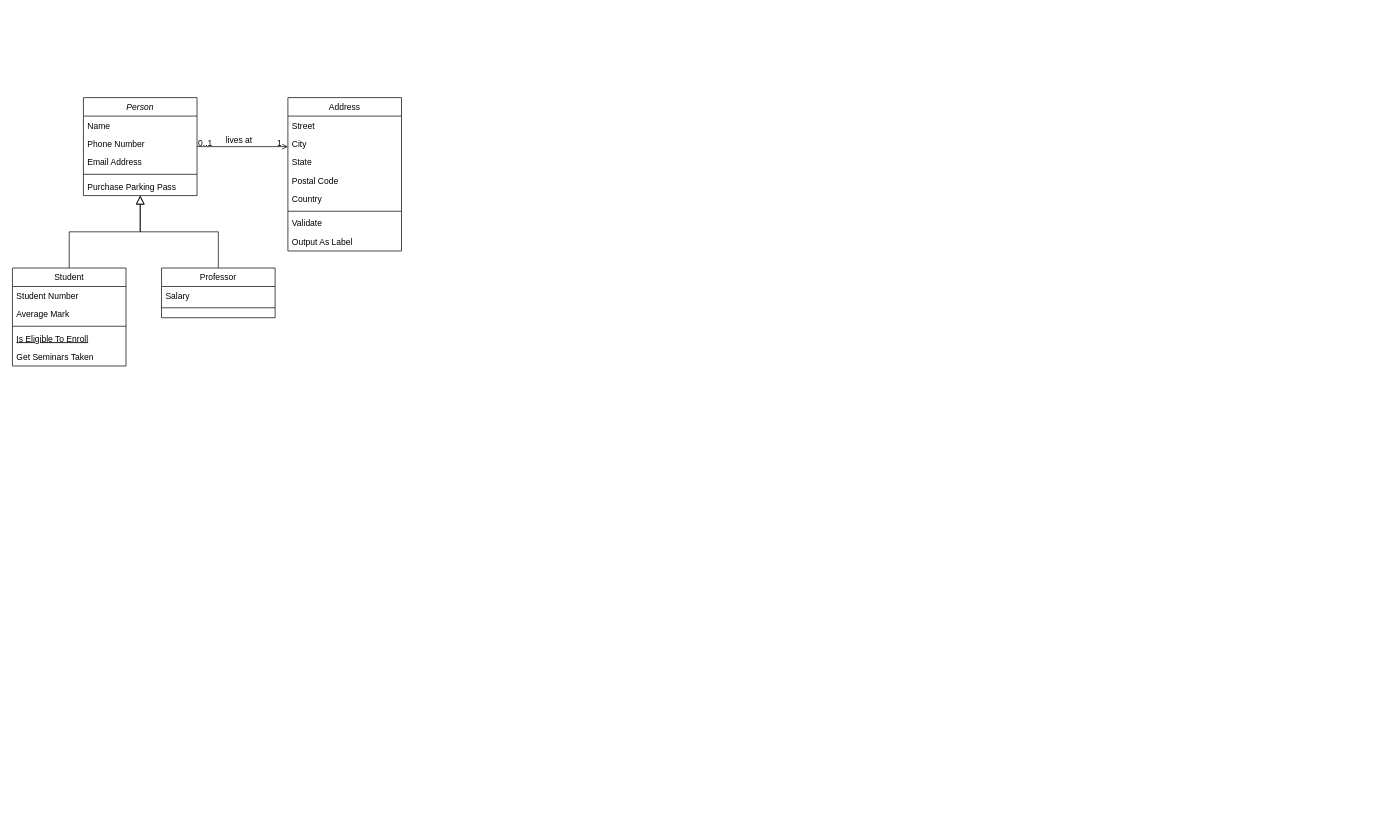
KmvRoman/Diagrams keeps this draw.io diagram as Диаграмма без названия.drawio. Above is the earlier version. Source tidied: cells renumbered, new cells numbered last; positions are measured from the earlier drawing's top-left corner, leaving out a move shared by most shapes. Both pictures are drawn from the tidied source at 71%, with x=0, y=0 at pixel (12, 97).
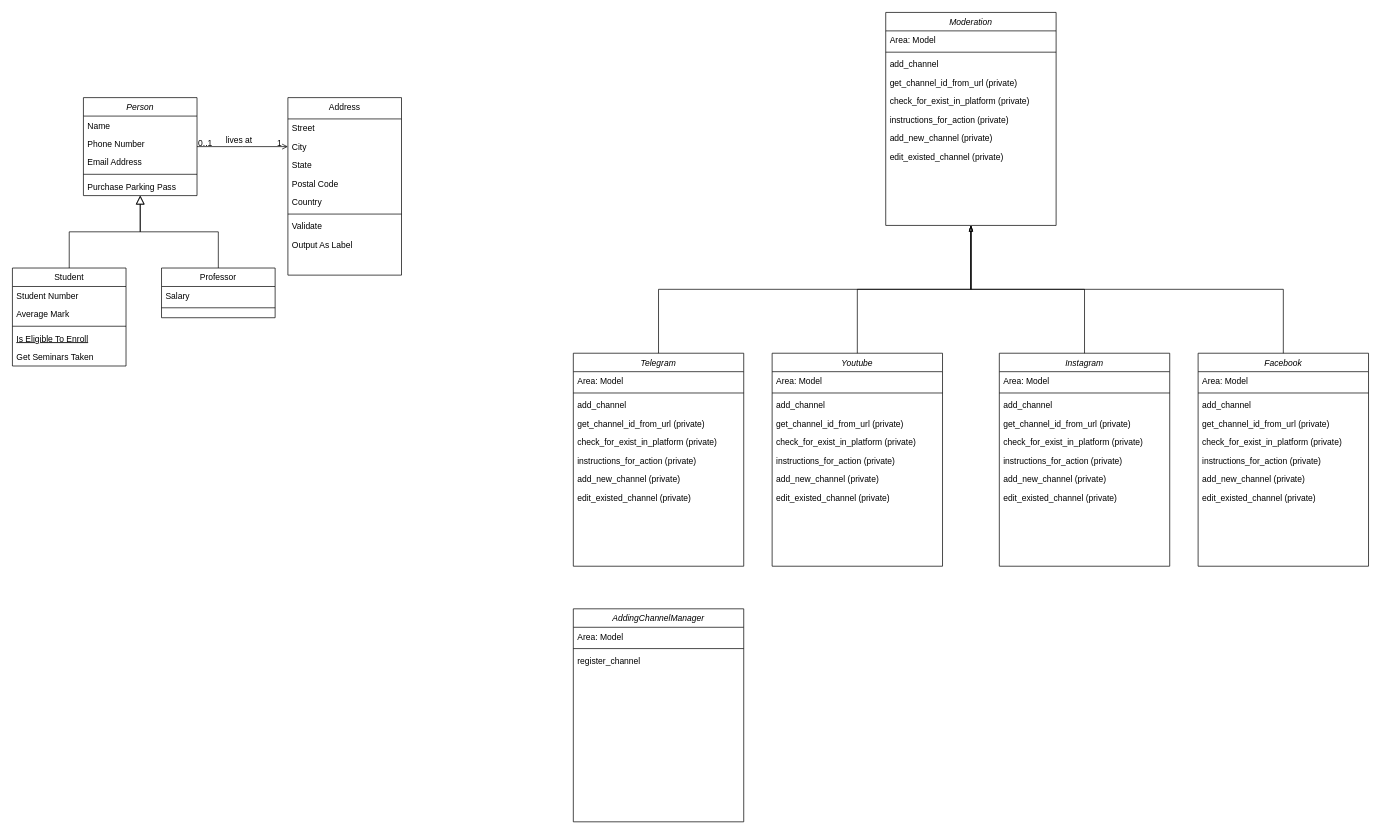
Above is the later version.

The edit, as a diff of the source:
```diff
@@
-    <mxCell id="19" value="Address" style="swimlane;fontStyle=0;align=center;verticalAlign=top;horizontal=1;startSize=26;rounded=0;shadow=0;strokeWidth=1;" parent="1" vertex="1">
-      <mxGeometry x="388" width="160" height="216" as="geometry" />
+    <mxCell id="19" value="Address" style="swimlane;fontStyle=0;align=center;verticalAlign=top;horizontal=1;startSize=30;rounded=0;shadow=0;strokeWidth=1;" parent="1" vertex="1">
+      <mxGeometry x="388" width="160" height="250" as="geometry" />
     </mxCell>
     <mxCell id="20" value="Street" style="text;align=left;verticalAlign=top;spacingLeft=4;spacingRight=4;overflow=hidden;" parent="19" vertex="1">
-      <mxGeometry y="26" width="160" height="26" as="geometry" />
+      <mxGeometry y="30" width="160" height="26" as="geometry" />
     </mxCell>
     <mxCell id="21" value="City" style="text;align=left;verticalAlign=top;spacingLeft=4;spacingRight=4;overflow=hidden;rounded=0;shadow=0;html=0;" parent="19" vertex="1">
-      <mxGeometry y="52" width="160" height="26" as="geometry" />
+      <mxGeometry y="56" width="160" height="26" as="geometry" />
     </mxCell>
     <mxCell id="22" value="State" style="text;align=left;verticalAlign=top;spacingLeft=4;spacingRight=4;overflow=hidden;rounded=0;shadow=0;html=0;" parent="19" vertex="1">
-      <mxGeometry y="78" width="160" height="26" as="geometry" />
+      <mxGeometry y="82" width="160" height="26" as="geometry" />
     </mxCell>
     <mxCell id="23" value="Postal Code" style="text;align=left;verticalAlign=top;spacingLeft=4;spacingRight=4;overflow=hidden;rounded=0;shadow=0;html=0;" parent="19" vertex="1">
-      <mxGeometry y="104" width="160" height="26" as="geometry" />
+      <mxGeometry y="108" width="160" height="26" as="geometry" />
     </mxCell>
     <mxCell id="24" value="Country" style="text;align=left;verticalAlign=top;spacingLeft=4;spacingRight=4;overflow=hidden;rounded=0;shadow=0;html=0;" parent="19" vertex="1">
-      <mxGeometry y="130" width="160" height="26" as="geometry" />
+      <mxGeometry y="134" width="160" height="26" as="geometry" />
     </mxCell>
     <mxCell id="25" style="line;html=1;strokeWidth=1;align=left;verticalAlign=middle;spacingTop=-1;spacingLeft=3;spacingRight=3;labelPosition=right;" parent="19" vertex="1">
-      <mxGeometry y="156" width="160" height="8" as="geometry" />
+      <mxGeometry y="160" width="160" height="8" as="geometry" />
     </mxCell>
     <mxCell id="26" value="Validate" style="text;align=left;verticalAlign=top;spacingLeft=4;spacingRight=4;overflow=hidden;" parent="19" vertex="1">
-      <mxGeometry y="164" width="160" height="26" as="geometry" />
+      <mxGeometry y="168" width="160" height="26" as="geometry" />
     </mxCell>
     <mxCell id="27" value="Output As Label" style="text;align=left;verticalAlign=top;spacingLeft=4;spacingRight=4;overflow=hidden;" parent="19" vertex="1">
-      <mxGeometry y="190" width="160" height="26" as="geometry" />
+      <mxGeometry y="194" width="160" height="26" as="geometry" />
     </mxCell>
@@
+    <mxCell id="32" value="Moderation" style="swimlane;fontStyle=2;align=center;verticalAlign=top;horizontal=1;startSize=26;rounded=0;shadow=0;strokeWidth=1;" parent="1" vertex="1">
+      <mxGeometry x="1230" y="-120" width="240" height="300" as="geometry" />
+    </mxCell>
+    <mxCell id="33" value="Area: Model" style="text;align=left;verticalAlign=top;spacingLeft=4;spacingRight=4;overflow=hidden;" parent="32" vertex="1">
+      <mxGeometry y="26" width="240" height="26" as="geometry" />
+    </mxCell>
+    <mxCell id="34" style="line;html=1;strokeWidth=1;align=left;verticalAlign=middle;spacingTop=-1;spacingLeft=3;spacingRight=3;labelPosition=right;" parent="32" vertex="1">
+      <mxGeometry y="52" width="240" height="8" as="geometry" />
+    </mxCell>
+    <mxCell id="35" value="add_channel" style="text;align=left;verticalAlign=top;spacingLeft=4;spacingRight=4;overflow=hidden;" parent="32" vertex="1">
+      <mxGeometry y="60" width="240" height="26" as="geometry" />
+    </mxCell>
+    <mxCell id="36" value="get_channel_id_from_url (private)" style="text;align=left;verticalAlign=top;spacingLeft=4;spacingRight=4;overflow=hidden;" parent="32" vertex="1">
+      <mxGeometry y="86" width="240" height="26" as="geometry" />
+    </mxCell>
+    <mxCell id="37" value="check_for_exist_in_platform (private)" style="text;align=left;verticalAlign=top;spacingLeft=4;spacingRight=4;overflow=hidden;" parent="32" vertex="1">
+      <mxGeometry y="112" width="240" height="26" as="geometry" />
+    </mxCell>
+    <mxCell id="38" value="instructions_for_action (private)" style="text;align=left;verticalAlign=top;spacingLeft=4;spacingRight=4;overflow=hidden;" parent="32" vertex="1">
+      <mxGeometry y="138" width="240" height="26" as="geometry" />
+    </mxCell>
+    <mxCell id="39" value="add_new_channel (private)" style="text;align=left;verticalAlign=top;spacingLeft=4;spacingRight=4;overflow=hidden;" parent="32" vertex="1">
+      <mxGeometry y="164" width="240" height="26" as="geometry" />
+    </mxCell>
+    <mxCell id="40" value="edit_existed_channel (private)" style="text;align=left;verticalAlign=top;spacingLeft=4;spacingRight=4;overflow=hidden;" parent="32" vertex="1">
+      <mxGeometry y="190" width="240" height="26" as="geometry" />
+    </mxCell>
+    <mxCell id="41" value="Telegram" style="swimlane;fontStyle=2;align=center;verticalAlign=top;horizontal=1;startSize=26;rounded=0;shadow=0;strokeWidth=1;" parent="1" vertex="1">
+      <mxGeometry x="790" y="360" width="240" height="300" as="geometry" />
+    </mxCell>
+    <mxCell id="42" value="Area: Model" style="text;align=left;verticalAlign=top;spacingLeft=4;spacingRight=4;overflow=hidden;" parent="41" vertex="1">
+      <mxGeometry y="26" width="240" height="26" as="geometry" />
+    </mxCell>
+    <mxCell id="43" style="line;html=1;strokeWidth=1;align=left;verticalAlign=middle;spacingTop=-1;spacingLeft=3;spacingRight=3;labelPosition=right;" parent="41" vertex="1">
+      <mxGeometry y="52" width="240" height="8" as="geometry" />
+    </mxCell>
+    <mxCell id="44" value="add_channel" style="text;align=left;verticalAlign=top;spacingLeft=4;spacingRight=4;overflow=hidden;" parent="41" vertex="1">
+      <mxGeometry y="60" width="240" height="26" as="geometry" />
+    </mxCell>
+    <mxCell id="45" value="get_channel_id_from_url (private)" style="text;align=left;verticalAlign=top;spacingLeft=4;spacingRight=4;overflow=hidden;" parent="41" vertex="1">
+      <mxGeometry y="86" width="240" height="26" as="geometry" />
+    </mxCell>
+    <mxCell id="46" value="check_for_exist_in_platform (private)" style="text;align=left;verticalAlign=top;spacingLeft=4;spacingRight=4;overflow=hidden;" parent="41" vertex="1">
+      <mxGeometry y="112" width="240" height="26" as="geometry" />
+    </mxCell>
+    <mxCell id="47" value="instructions_for_action (private)" style="text;align=left;verticalAlign=top;spacingLeft=4;spacingRight=4;overflow=hidden;" parent="41" vertex="1">
+      <mxGeometry y="138" width="240" height="26" as="geometry" />
+    </mxCell>
+    <mxCell id="48" value="add_new_channel (private)" style="text;align=left;verticalAlign=top;spacingLeft=4;spacingRight=4;overflow=hidden;" parent="41" vertex="1">
+      <mxGeometry y="164" width="240" height="26" as="geometry" />
+    </mxCell>
+    <mxCell id="49" value="edit_existed_channel (private)" style="text;align=left;verticalAlign=top;spacingLeft=4;spacingRight=4;overflow=hidden;" parent="41" vertex="1">
+      <mxGeometry y="190" width="240" height="26" as="geometry" />
+    </mxCell>
+    <mxCell id="50" value="Youtube" style="swimlane;fontStyle=2;align=center;verticalAlign=top;horizontal=1;startSize=26;rounded=0;shadow=0;strokeWidth=1;" parent="1" vertex="1">
+      <mxGeometry x="1070" y="360" width="240" height="300" as="geometry" />
+    </mxCell>
+    <mxCell id="51" value="Area: Model" style="text;align=left;verticalAlign=top;spacingLeft=4;spacingRight=4;overflow=hidden;" parent="50" vertex="1">
+      <mxGeometry y="26" width="240" height="26" as="geometry" />
+    </mxCell>
+    <mxCell id="52" style="line;html=1;strokeWidth=1;align=left;verticalAlign=middle;spacingTop=-1;spacingLeft=3;spacingRight=3;labelPosition=right;" parent="50" vertex="1">
+      <mxGeometry y="52" width="240" height="8" as="geometry" />
+    </mxCell>
+    <mxCell id="53" value="add_channel" style="text;align=left;verticalAlign=top;spacingLeft=4;spacingRight=4;overflow=hidden;" parent="50" vertex="1">
+      <mxGeometry y="60" width="240" height="26" as="geometry" />
+    </mxCell>
+    <mxCell id="54" value="get_channel_id_from_url (private)" style="text;align=left;verticalAlign=top;spacingLeft=4;spacingRight=4;overflow=hidden;" parent="50" vertex="1">
+      <mxGeometry y="86" width="240" height="26" as="geometry" />
+    </mxCell>
+    <mxCell id="55" value="check_for_exist_in_platform (private)" style="text;align=left;verticalAlign=top;spacingLeft=4;spacingRight=4;overflow=hidden;" parent="50" vertex="1">
+      <mxGeometry y="112" width="240" height="26" as="geometry" />
+    </mxCell>
+    <mxCell id="56" value="instructions_for_action (private)" style="text;align=left;verticalAlign=top;spacingLeft=4;spacingRight=4;overflow=hidden;" parent="50" vertex="1">
+      <mxGeometry y="138" width="240" height="26" as="geometry" />
+    </mxCell>
+    <mxCell id="57" value="add_new_channel (private)" style="text;align=left;verticalAlign=top;spacingLeft=4;spacingRight=4;overflow=hidden;" parent="50" vertex="1">
+      <mxGeometry y="164" width="240" height="26" as="geometry" />
+    </mxCell>
+    <mxCell id="58" value="edit_existed_channel (private)" style="text;align=left;verticalAlign=top;spacingLeft=4;spacingRight=4;overflow=hidden;" parent="50" vertex="1">
+      <mxGeometry y="190" width="240" height="26" as="geometry" />
+    </mxCell>
+    <mxCell id="59" value="Instagram" style="swimlane;fontStyle=2;align=center;verticalAlign=top;horizontal=1;startSize=26;rounded=0;shadow=0;strokeWidth=1;" parent="1" vertex="1">
+      <mxGeometry x="1390" y="360" width="240" height="300" as="geometry" />
+    </mxCell>
+    <mxCell id="60" value="Area: Model" style="text;align=left;verticalAlign=top;spacingLeft=4;spacingRight=4;overflow=hidden;" parent="59" vertex="1">
+      <mxGeometry y="26" width="240" height="26" as="geometry" />
+    </mxCell>
+    <mxCell id="61" style="line;html=1;strokeWidth=1;align=left;verticalAlign=middle;spacingTop=-1;spacingLeft=3;spacingRight=3;labelPosition=right;" parent="59" vertex="1">
+      <mxGeometry y="52" width="240" height="8" as="geometry" />
+    </mxCell>
+    <mxCell id="62" value="add_channel" style="text;align=left;verticalAlign=top;spacingLeft=4;spacingRight=4;overflow=hidden;" parent="59" vertex="1">
+      <mxGeometry y="60" width="240" height="26" as="geometry" />
+    </mxCell>
+    <mxCell id="63" value="get_channel_id_from_url (private)" style="text;align=left;verticalAlign=top;spacingLeft=4;spacingRight=4;overflow=hidden;" parent="59" vertex="1">
+      <mxGeometry y="86" width="240" height="26" as="geometry" />
+    </mxCell>
+    <mxCell id="64" value="check_for_exist_in_platform (private)" style="text;align=left;verticalAlign=top;spacingLeft=4;spacingRight=4;overflow=hidden;" parent="59" vertex="1">
+      <mxGeometry y="112" width="240" height="26" as="geometry" />
+    </mxCell>
+    <mxCell id="65" value="instructions_for_action (private)" style="text;align=left;verticalAlign=top;spacingLeft=4;spacingRight=4;overflow=hidden;" parent="59" vertex="1">
+      <mxGeometry y="138" width="240" height="26" as="geometry" />
+    </mxCell>
+    <mxCell id="66" value="add_new_channel (private)" style="text;align=left;verticalAlign=top;spacingLeft=4;spacingRight=4;overflow=hidden;" parent="59" vertex="1">
+      <mxGeometry y="164" width="240" height="26" as="geometry" />
+    </mxCell>
+    <mxCell id="67" value="edit_existed_channel (private)" style="text;align=left;verticalAlign=top;spacingLeft=4;spacingRight=4;overflow=hidden;" parent="59" vertex="1">
+      <mxGeometry y="190" width="240" height="26" as="geometry" />
+    </mxCell>
+    <mxCell id="68" value="Facebook" style="swimlane;fontStyle=2;align=center;verticalAlign=top;horizontal=1;startSize=26;rounded=0;shadow=0;strokeWidth=1;" parent="1" vertex="1">
+      <mxGeometry x="1670" y="360" width="240" height="300" as="geometry" />
+    </mxCell>
+    <mxCell id="69" value="Area: Model" style="text;align=left;verticalAlign=top;spacingLeft=4;spacingRight=4;overflow=hidden;" parent="68" vertex="1">
+      <mxGeometry y="26" width="240" height="26" as="geometry" />
+    </mxCell>
+    <mxCell id="70" style="line;html=1;strokeWidth=1;align=left;verticalAlign=middle;spacingTop=-1;spacingLeft=3;spacingRight=3;labelPosition=right;" parent="68" vertex="1">
+      <mxGeometry y="52" width="240" height="8" as="geometry" />
+    </mxCell>
+    <mxCell id="71" value="add_channel" style="text;align=left;verticalAlign=top;spacingLeft=4;spacingRight=4;overflow=hidden;" parent="68" vertex="1">
+      <mxGeometry y="60" width="240" height="26" as="geometry" />
+    </mxCell>
+    <mxCell id="72" value="get_channel_id_from_url (private)" style="text;align=left;verticalAlign=top;spacingLeft=4;spacingRight=4;overflow=hidden;" parent="68" vertex="1">
+      <mxGeometry y="86" width="240" height="26" as="geometry" />
+    </mxCell>
+    <mxCell id="73" value="check_for_exist_in_platform (private)" style="text;align=left;verticalAlign=top;spacingLeft=4;spacingRight=4;overflow=hidden;" parent="68" vertex="1">
+      <mxGeometry y="112" width="240" height="26" as="geometry" />
+    </mxCell>
+    <mxCell id="74" value="instructions_for_action (private)" style="text;align=left;verticalAlign=top;spacingLeft=4;spacingRight=4;overflow=hidden;" parent="68" vertex="1">
+      <mxGeometry y="138" width="240" height="26" as="geometry" />
+    </mxCell>
+    <mxCell id="75" value="add_new_channel (private)" style="text;align=left;verticalAlign=top;spacingLeft=4;spacingRight=4;overflow=hidden;" parent="68" vertex="1">
+      <mxGeometry y="164" width="240" height="26" as="geometry" />
+    </mxCell>
+    <mxCell id="76" value="edit_existed_channel (private)" style="text;align=left;verticalAlign=top;spacingLeft=4;spacingRight=4;overflow=hidden;" parent="68" vertex="1">
+      <mxGeometry y="190" width="240" height="26" as="geometry" />
+    </mxCell>
+    <mxCell id="77" style="endArrow=blockThin;html=1;rounded=0;edgeStyle=orthogonalEdgeStyle;endFill=0;exitX=0.5;exitY=0;exitDx=0;exitDy=0;entryX=0.5;entryY=1;entryDx=0;entryDy=0;" parent="1" edge="1" source="41" target="32">
+      <mxGeometry relative="1" as="geometry" />
+    </mxCell>
+    <mxCell id="78" style="endArrow=blockThin;html=1;rounded=0;edgeStyle=orthogonalEdgeStyle;endFill=0;exitX=0.5;exitY=0;exitDx=0;exitDy=0;entryX=0.5;entryY=1;entryDx=0;entryDy=0;" parent="1" edge="1" source="50" target="32">
+      <mxGeometry relative="1" as="geometry">
+        <Array as="points">
+          <mxPoint x="1190" y="270" />
+          <mxPoint x="1350" y="270" />
+        </Array>
+      </mxGeometry>
+    </mxCell>
+    <mxCell id="79" style="endArrow=blockThin;html=1;rounded=0;edgeStyle=orthogonalEdgeStyle;endFill=0;exitX=0.5;exitY=0;exitDx=0;exitDy=0;entryX=0.5;entryY=1;entryDx=0;entryDy=0;" parent="1" edge="1" source="59" target="32">
+      <mxGeometry relative="1" as="geometry">
+        <Array as="points">
+          <mxPoint x="1510" y="270" />
+          <mxPoint x="1350" y="270" />
+        </Array>
+      </mxGeometry>
+    </mxCell>
+    <mxCell id="80" style="endArrow=blockThin;html=1;rounded=0;endFill=0;edgeStyle=orthogonalEdgeStyle;exitX=0.5;exitY=0;exitDx=0;exitDy=0;entryX=0.5;entryY=1;entryDx=0;entryDy=0;" parent="1" edge="1" source="68" target="32">
+      <mxGeometry relative="1" as="geometry" />
+    </mxCell>
+    <mxCell id="81" value="AddingChannelManager" style="swimlane;fontStyle=2;align=center;verticalAlign=top;horizontal=1;startSize=26;rounded=0;shadow=0;strokeWidth=1;" parent="1" vertex="1">
+      <mxGeometry x="790" y="720" width="240" height="300" as="geometry" />
+    </mxCell>
+    <mxCell id="82" value="Area: Model" style="text;align=left;verticalAlign=top;spacingLeft=4;spacingRight=4;overflow=hidden;" parent="81" vertex="1">
+      <mxGeometry y="26" width="240" height="26" as="geometry" />
+    </mxCell>
+    <mxCell id="83" style="line;html=1;strokeWidth=1;align=left;verticalAlign=middle;spacingTop=-1;spacingLeft=3;spacingRight=3;labelPosition=right;" parent="81" vertex="1">
+      <mxGeometry y="52" width="240" height="8" as="geometry" />
+    </mxCell>
+    <mxCell id="84" value="register_channel" style="text;align=left;verticalAlign=top;spacingLeft=4;spacingRight=4;overflow=hidden;" parent="81" vertex="1">
+      <mxGeometry y="60" width="240" height="26" as="geometry" />
+    </mxCell>
```
